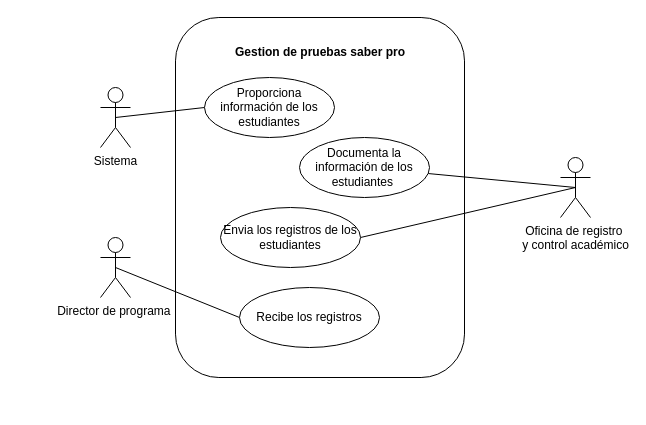
This is page "Página-1" (1 of 3) of Diagrama_documentacion_estudiantes.drawio from chimena777/PROMPTS, a draw.io file, before an edit. Source tidied: cells renumbered, new cells numbered last; positions are measured from the earlier drawing's top-left corner, leaving out a move shared by most shapes. Both pictures are drawn from the tidied source at 100%, with x=0, y=0 at pixel (100, 17).
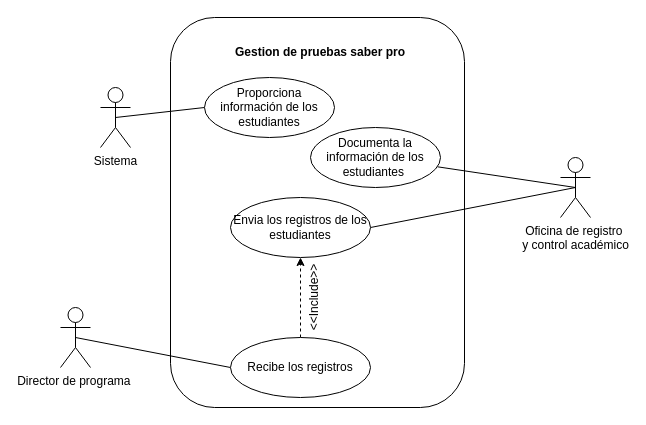
The same diagram, later.

What changed in the source:
```diff
@@
 <mxGraphModel>
   <root>
     <mxCell id="0" />
     <mxCell id="1" parent="0" />
     <mxCell id="2" style="rounded=1;whiteSpace=wrap;html=1;" parent="1" vertex="1">
-      <mxGeometry x="75" width="289" height="360" as="geometry" />
+      <mxGeometry x="70" width="294" height="390" as="geometry" />
     </mxCell>
     <mxCell id="3" style="rounded=0;jettySize=auto;html=1;exitX=0.5;exitY=0.5;exitDx=0;exitDy=0;exitPerimeter=0;endArrow=none;endFill=0;" parent="1" edge="1" source="5" target="10">
       <mxGeometry relative="1" as="geometry" />
     </mxCell>
     <mxCell id="4" style="rounded=0;jettySize=auto;html=1;exitX=0.5;exitY=0.5;exitDx=0;exitDy=0;exitPerimeter=0;entryX=1;entryY=0.5;entryDx=0;entryDy=0;endArrow=none;endFill=0;" parent="1" edge="1" source="5" target="9">
       <mxGeometry relative="1" as="geometry" />
     </mxCell>
     <mxCell id="5" value="Oficina de registro&amp;nbsp;&lt;div&gt;y control académico&lt;/div&gt;" style="shape=umlActor;verticalLabelPosition=bottom;verticalAlign=top;html=1;outlineConnect=0;" parent="1" vertex="1">
       <mxGeometry x="460" y="140" width="30" height="60" as="geometry" />
     </mxCell>
     <mxCell id="6" style="rounded=0;jettySize=auto;html=1;exitX=0.5;exitY=0.5;exitDx=0;exitDy=0;exitPerimeter=0;entryX=0;entryY=0.5;entryDx=0;entryDy=0;endArrow=none;endFill=0;" parent="1" edge="1" source="7" target="11">
       <mxGeometry relative="1" as="geometry" />
     </mxCell>
     <mxCell id="7" value="Sistema" style="shape=umlActor;verticalLabelPosition=bottom;verticalAlign=top;html=1;outlineConnect=0;" parent="1" vertex="1">
       <mxGeometry y="70" width="30" height="60" as="geometry" />
     </mxCell>
     <mxCell id="8" value="&lt;b&gt;Gestion de pruebas saber pro&lt;/b&gt;" style="text;html=1;whiteSpace=wrap;strokeColor=none;fillColor=none;align=center;verticalAlign=middle;rounded=0;" parent="1" vertex="1">
       <mxGeometry x="124.5" y="20" width="190" height="30" as="geometry" />
     </mxCell>
     <mxCell id="9" value="Envia los registros de los estudiantes" style="ellipse;whiteSpace=wrap;html=1;shapeInside=1;" parent="1" vertex="1">
-      <mxGeometry x="120" y="190" width="140" height="60" as="geometry" />
+      <mxGeometry x="130" y="180" width="140" height="60" as="geometry" />
     </mxCell>
     <mxCell id="10" value="Documenta la información de los estudiantes&amp;nbsp;" style="ellipse;whiteSpace=wrap;html=1;shapeInside=1;" parent="1" vertex="1">
-      <mxGeometry x="199" y="120" width="130" height="60" as="geometry" />
+      <mxGeometry x="210" y="110" width="130" height="60" as="geometry" />
     </mxCell>
     <mxCell id="11" value="Proporciona información de los estudiantes" style="ellipse;whiteSpace=wrap;html=1;shapeInside=1;" parent="1" vertex="1">
       <mxGeometry x="104" y="60" width="130" height="60" as="geometry" />
     </mxCell>
     <mxCell id="12" style="rounded=0;jettySize=auto;html=1;exitX=0.5;exitY=0.5;exitDx=0;exitDy=0;exitPerimeter=0;entryX=0;entryY=0.5;entryDx=0;entryDy=0;endArrow=none;endFill=0;" parent="1" edge="1" source="13" target="14">
       <mxGeometry relative="1" as="geometry" />
     </mxCell>
     <mxCell id="13" value="Director de programa&amp;nbsp;" style="shape=umlActor;verticalLabelPosition=bottom;verticalAlign=top;html=1;outlineConnect=0;" parent="1" vertex="1">
-      <mxGeometry y="220" width="30" height="60" as="geometry" />
+      <mxGeometry x="-40" y="290" width="30" height="60" as="geometry" />
     </mxCell>
+    <mxCell id="15" style="rounded=0;jettySize=auto;html=1;entryX=0.5;entryY=1;entryDx=0;entryDy=0;dashed=1;" parent="1" edge="1" source="14" target="9">
+      <mxGeometry relative="1" as="geometry" />
+    </mxCell>
     <mxCell id="14" value="Recibe los registros" style="ellipse;whiteSpace=wrap;html=1;shapeInside=1;" parent="1" vertex="1">
-      <mxGeometry x="139" y="270" width="140" height="60" as="geometry" />
+      <mxGeometry x="130" y="320" width="140" height="60" as="geometry" />
     </mxCell>
+    <mxCell id="16" value="&amp;lt;&amp;lt;Include&amp;gt;&amp;gt;" style="text;html=1;whiteSpace=wrap;strokeColor=none;fillColor=none;align=center;verticalAlign=middle;rounded=0;rotation=-90;" parent="1" vertex="1">
+      <mxGeometry x="184" y="265" width="60" height="30" as="geometry" />
+    </mxCell>
   </root>
 </mxGraphModel>
```
